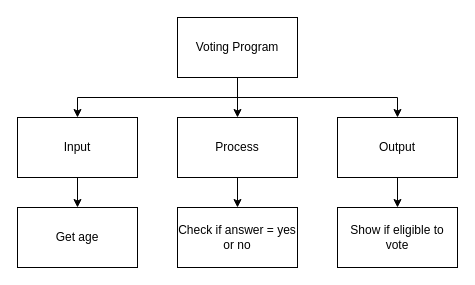
Ethan-Gravelle/ICS3U-Assignment-4-Vote keeps this draw.io diagram as Untitled Diagram.drawio. Above is the earlier version. Source tidied: cells renumbered, new cells numbered last; positions are measured from the earlier drawing's top-left corner, leaving out a move shared by most shapes. Both pictures are drawn from the tidied source at 100%, with x=0, y=0 at pixel (17, 17).
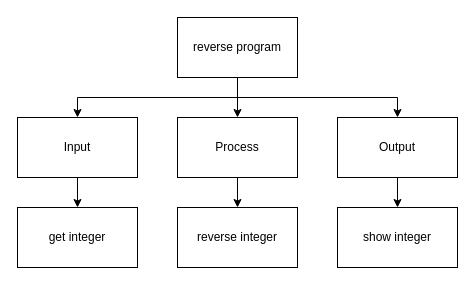
The same page after the edit.

The edit, as a diff of the source:
```diff
@@
 <mxGraphModel>
   <root>
     <mxCell id="0" />
     <mxCell id="1" parent="0" />
     <mxCell id="2" style="edgeStyle=orthogonalEdgeStyle;rounded=0;jettySize=auto;html=1;exitX=0.5;exitY=1;exitDx=0;exitDy=0;entryX=0.5;entryY=0;entryDx=0;entryDy=0;" parent="1" edge="1" source="5" target="7">
       <mxGeometry relative="1" as="geometry" />
     </mxCell>
     <mxCell id="3" style="edgeStyle=orthogonalEdgeStyle;rounded=0;jettySize=auto;html=1;exitX=0.5;exitY=1;exitDx=0;exitDy=0;" parent="1" edge="1" source="5" target="9">
       <mxGeometry relative="1" as="geometry" />
     </mxCell>
     <mxCell id="4" style="edgeStyle=orthogonalEdgeStyle;rounded=0;jettySize=auto;html=1;exitX=0.5;exitY=1;exitDx=0;exitDy=0;entryX=0.5;entryY=0;entryDx=0;entryDy=0;" parent="1" edge="1" source="5" target="13">
       <mxGeometry relative="1" as="geometry" />
     </mxCell>
-    <mxCell id="5" value="Voting Program" style="rounded=0;whiteSpace=wrap;html=1;" parent="1" vertex="1">
+    <mxCell id="5" value="reverse program" style="rounded=0;whiteSpace=wrap;html=1;" parent="1" vertex="1">
       <mxGeometry x="160" width="120" height="60" as="geometry" />
     </mxCell>
     <mxCell id="6" style="edgeStyle=orthogonalEdgeStyle;rounded=0;jettySize=auto;html=1;exitX=0.5;exitY=1;exitDx=0;exitDy=0;entryX=0.5;entryY=0;entryDx=0;entryDy=0;" parent="1" edge="1" source="7" target="10">
       <mxGeometry relative="1" as="geometry" />
     </mxCell>
     <mxCell id="7" value="Input" style="rounded=0;whiteSpace=wrap;html=1;" parent="1" vertex="1">
       <mxGeometry y="100" width="120" height="60" as="geometry" />
     </mxCell>
     <mxCell id="8" style="edgeStyle=orthogonalEdgeStyle;rounded=0;jettySize=auto;html=1;exitX=0.5;exitY=1;exitDx=0;exitDy=0;entryX=0.5;entryY=0;entryDx=0;entryDy=0;" parent="1" edge="1" source="9" target="11">
       <mxGeometry relative="1" as="geometry" />
     </mxCell>
     <mxCell id="9" value="Process" style="rounded=0;whiteSpace=wrap;html=1;" parent="1" vertex="1">
       <mxGeometry x="160" y="100" width="120" height="60" as="geometry" />
     </mxCell>
-    <mxCell id="10" value="Get age" style="rounded=0;whiteSpace=wrap;html=1;" parent="1" vertex="1">
+    <mxCell id="10" value="get integer" style="rounded=0;whiteSpace=wrap;html=1;" parent="1" vertex="1">
       <mxGeometry y="190" width="120" height="60" as="geometry" />
     </mxCell>
-    <mxCell id="11" value="Check if answer = yes or no" style="rounded=0;whiteSpace=wrap;html=1;" parent="1" vertex="1">
+    <mxCell id="11" value="reverse integer" style="rounded=0;whiteSpace=wrap;html=1;" parent="1" vertex="1">
       <mxGeometry x="160" y="190" width="120" height="60" as="geometry" />
     </mxCell>
     <mxCell id="12" style="edgeStyle=orthogonalEdgeStyle;rounded=0;jettySize=auto;html=1;exitX=0.5;exitY=1;exitDx=0;exitDy=0;entryX=0.5;entryY=0;entryDx=0;entryDy=0;" parent="1" edge="1" source="13" target="14">
       <mxGeometry relative="1" as="geometry" />
     </mxCell>
     <mxCell id="13" value="Output" style="rounded=0;whiteSpace=wrap;html=1;" parent="1" vertex="1">
       <mxGeometry x="320" y="100" width="120" height="60" as="geometry" />
     </mxCell>
-    <mxCell id="14" value="Show if eligible to vote" style="rounded=0;whiteSpace=wrap;html=1;" parent="1" vertex="1">
+    <mxCell id="14" value="show integer" style="rounded=0;whiteSpace=wrap;html=1;" parent="1" vertex="1">
       <mxGeometry x="320" y="190" width="120" height="60" as="geometry" />
     </mxCell>
   </root>
 </mxGraphModel>
```
